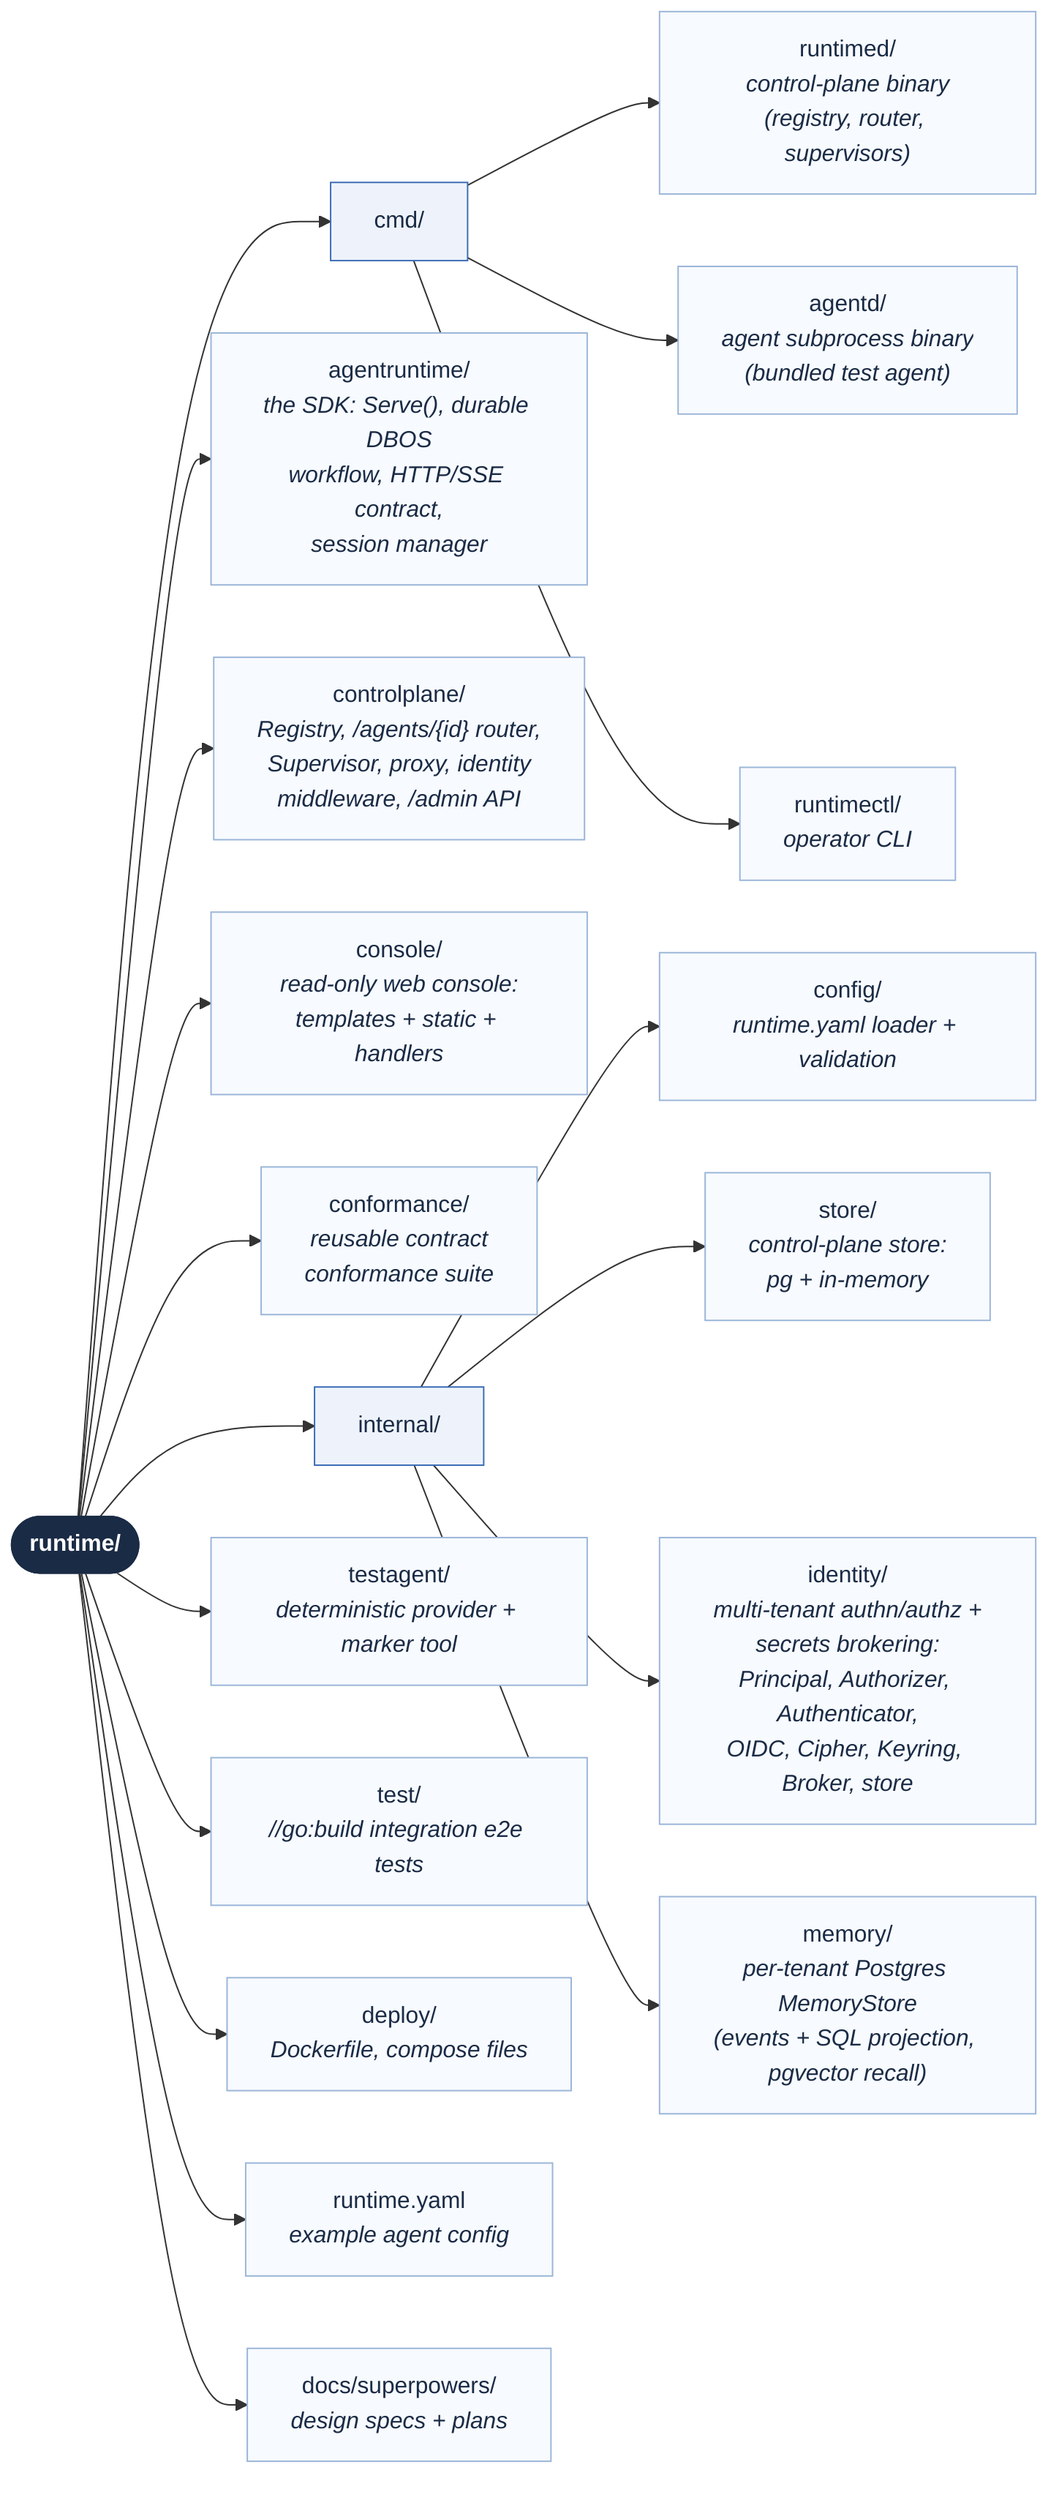
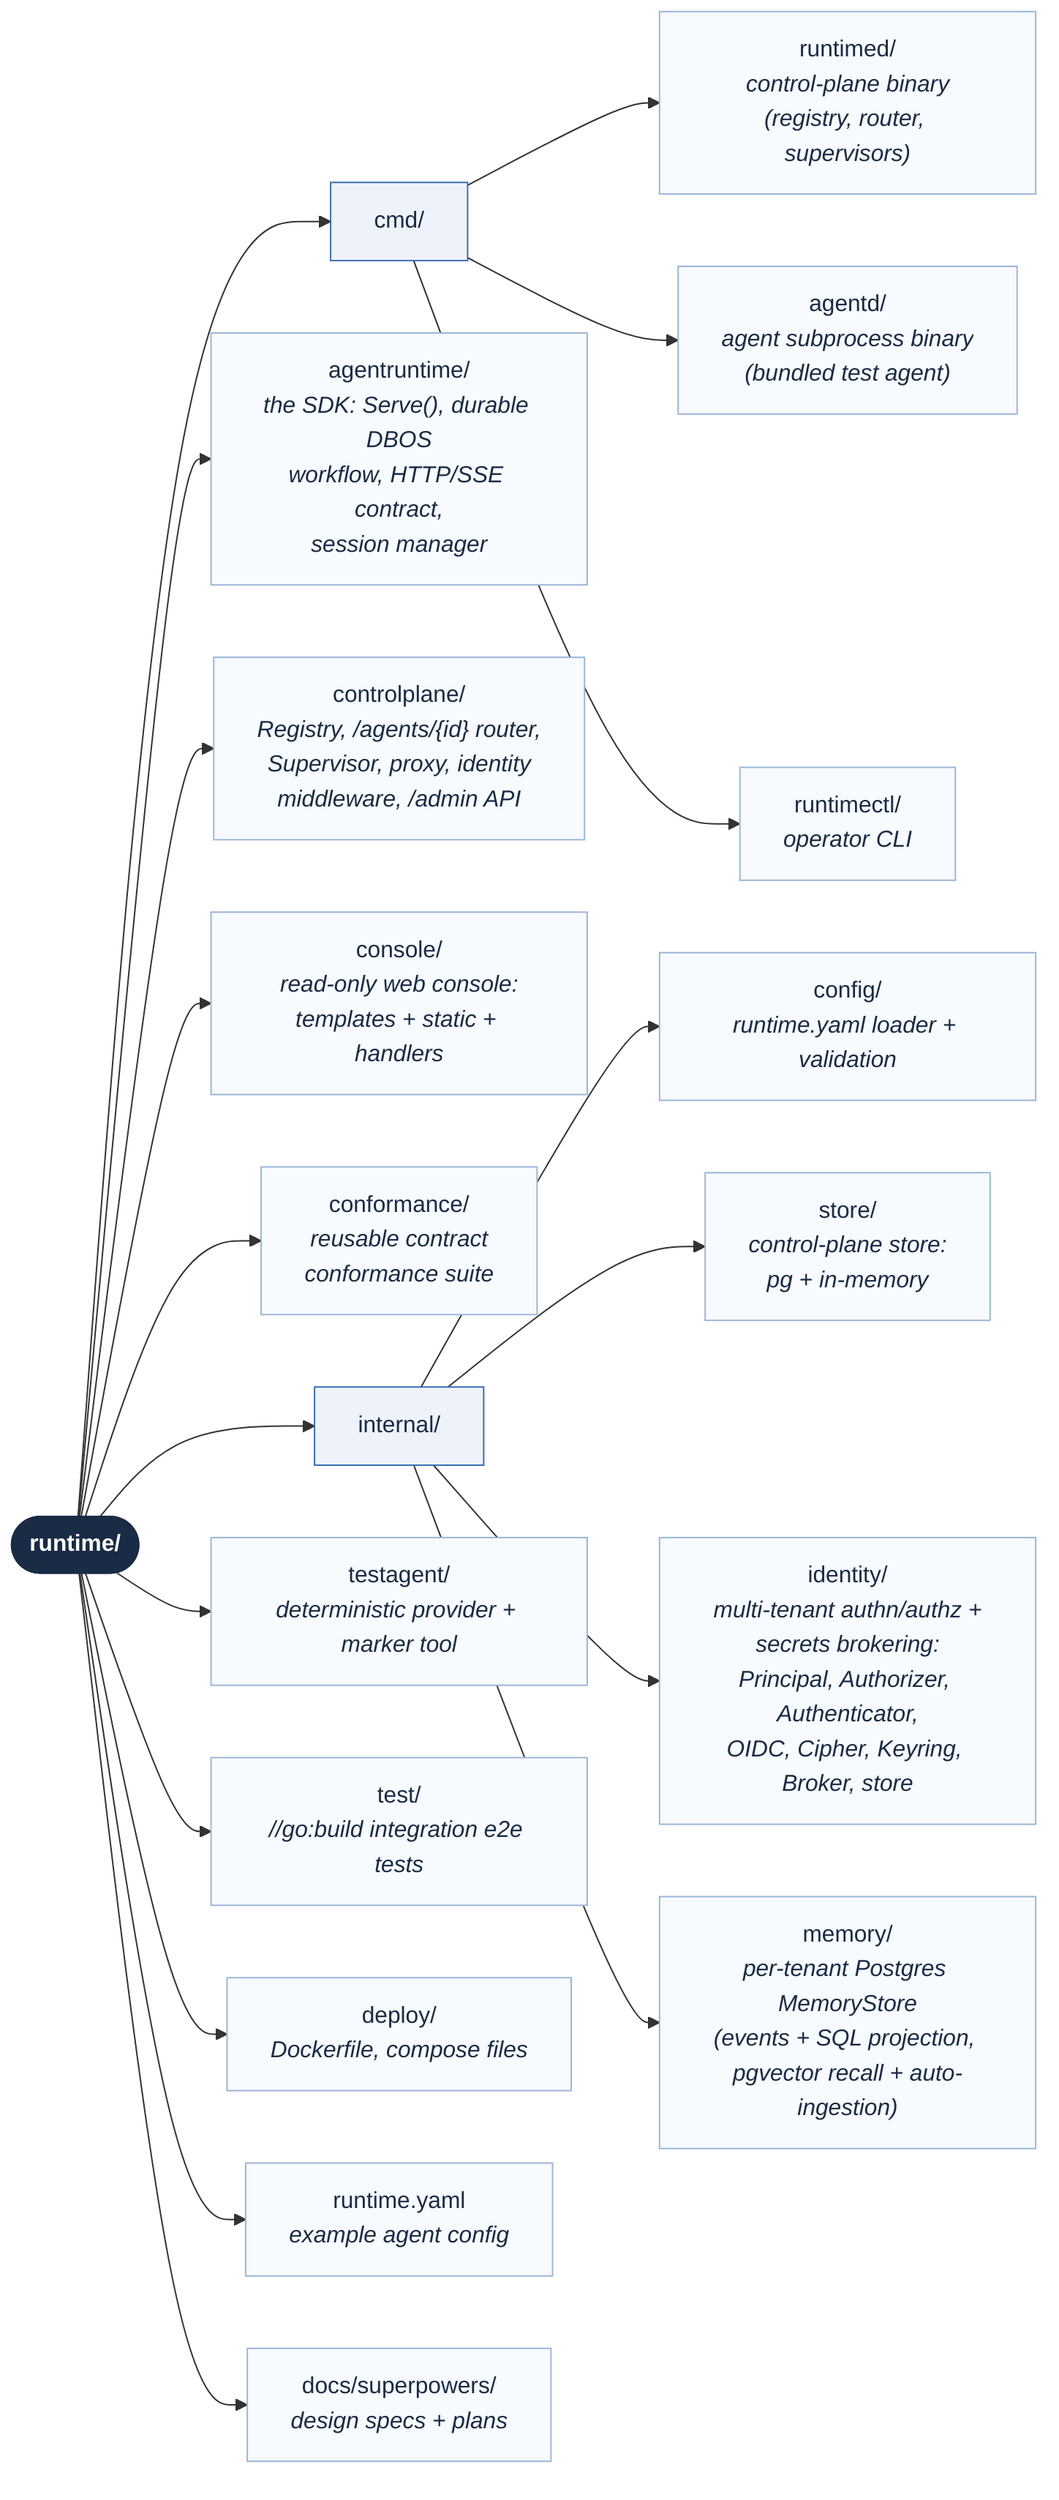
%% Runtime project layout (top-level packages and their responsibilities).
%% Render: mmdc -i project-layout.mmd -o project-layout.png -t neutral -b white -s 3
flowchart LR
    root(["runtime/"])

    cmd["cmd/"]
    runtimed_b["runtimed/<br/><i>control-plane binary<br/>(registry, router, supervisors)</i>"]
    agentd_b["agentd/<br/><i>agent subprocess binary<br/>(bundled test agent)</i>"]
    runtimectl_b["runtimectl/<br/><i>operator CLI</i>"]

    sdk["agentruntime/<br/><i>the SDK: Serve(), durable DBOS<br/>workflow, HTTP/SSE contract,<br/>session manager</i>"]
    ctrl["controlplane/<br/><i>Registry, /agents/{id} router,<br/>Supervisor, proxy, identity<br/>middleware, /admin API</i>"]
    console["console/<br/><i>read-only web console:<br/>templates + static + handlers</i>"]
    conf["conformance/<br/><i>reusable contract<br/>conformance suite</i>"]

    internal["internal/"]
    cfg["config/<br/><i>runtime.yaml loader + validation</i>"]
    store["store/<br/><i>control-plane store:<br/>pg + in-memory</i>"]
    ident["identity/<br/><i>multi-tenant authn/authz +<br/>secrets brokering:<br/>Principal, Authorizer, Authenticator,<br/>OIDC, Cipher, Keyring, Broker, store</i>"]
-     mem["memory/<br/><i>per-tenant Postgres MemoryStore<br/>(events + SQL projection, pgvector recall)</i>"]
+     mem["memory/<br/><i>per-tenant Postgres MemoryStore<br/>(events + SQL projection, pgvector recall + auto-ingestion)</i>"]

    testagent["testagent/<br/><i>deterministic provider + marker tool</i>"]
    test["test/<br/><i>//go:build integration e2e tests</i>"]
    deploy["deploy/<br/><i>Dockerfile, compose files</i>"]
    yaml["runtime.yaml<br/><i>example agent config</i>"]
    docs["docs/superpowers/<br/><i>design specs + plans</i>"]

    root --> cmd
    cmd --> runtimed_b
    cmd --> agentd_b
    cmd --> runtimectl_b
    root --> sdk
    root --> ctrl
    root --> console
    root --> conf
    root --> internal
    internal --> cfg
    internal --> store
    internal --> ident
    internal --> mem
    root --> testagent
    root --> test
    root --> deploy
    root --> yaml
    root --> docs

    classDef dir fill:#eef3fb,stroke:#3b6db5,stroke-width:1px,color:#1a2b45;
    classDef leaf fill:#f7faff,stroke:#9bb6d8,stroke-width:1px,color:#1a2b45;
    classDef rootNode fill:#1a2b45,stroke:#1a2b45,color:#ffffff,font-weight:bold;

    class root rootNode;
    class cmd,internal dir;
    class runtimed_b,agentd_b,runtimectl_b,sdk,ctrl,console,conf,cfg,store,ident,mem,testagent,test,deploy,yaml,docs leaf;
